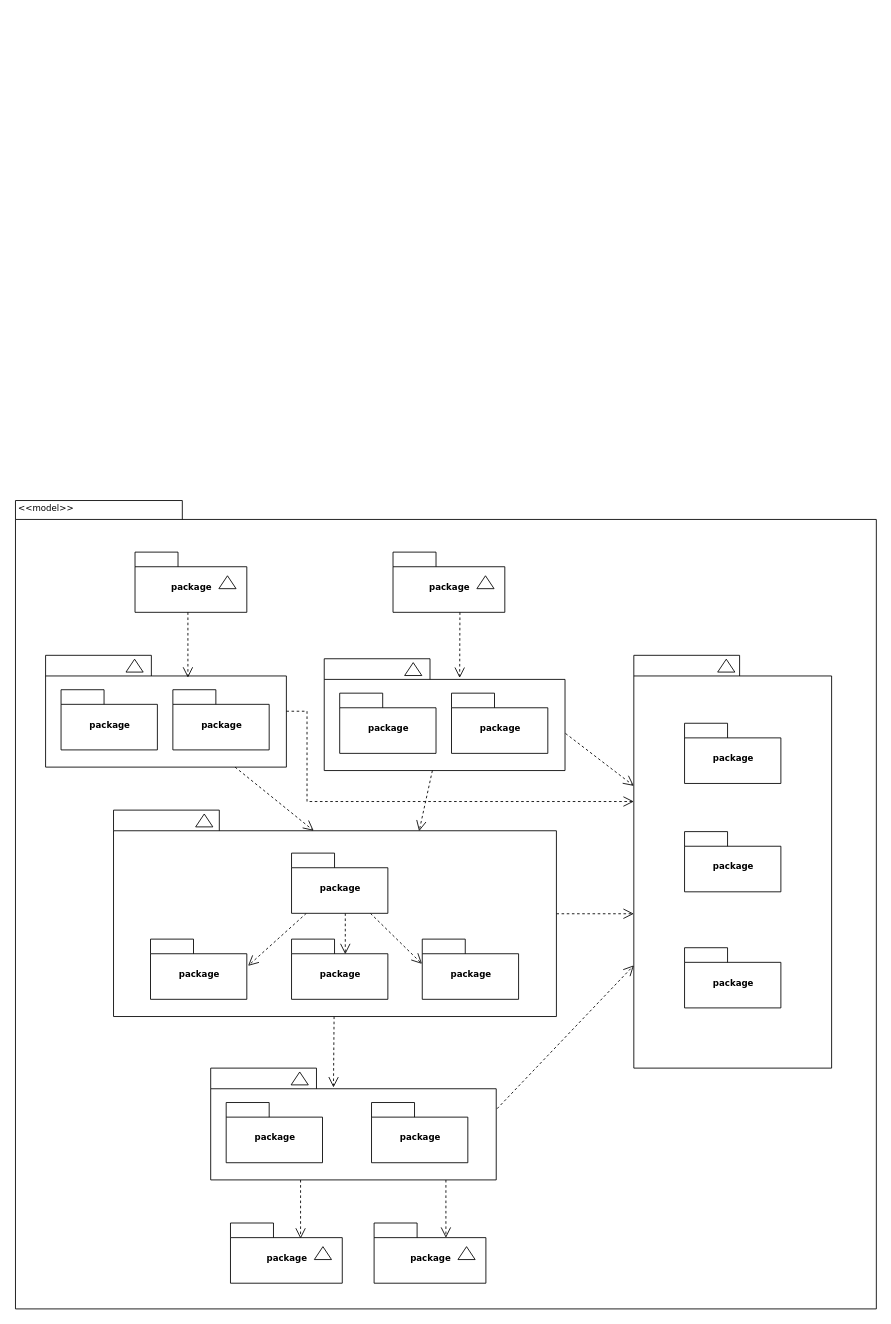
Above: Untitled Diagram.drawio in jonhaul/uml-projects (draw.io), before the change. Source tidied: cells renumbered, new cells numbered last; positions are measured from the earlier drawing's top-left corner, leaving out a move shared by most shapes. Both pictures are drawn from the tidied source at 86%, with x=0, y=0 at pixel (15, 500).
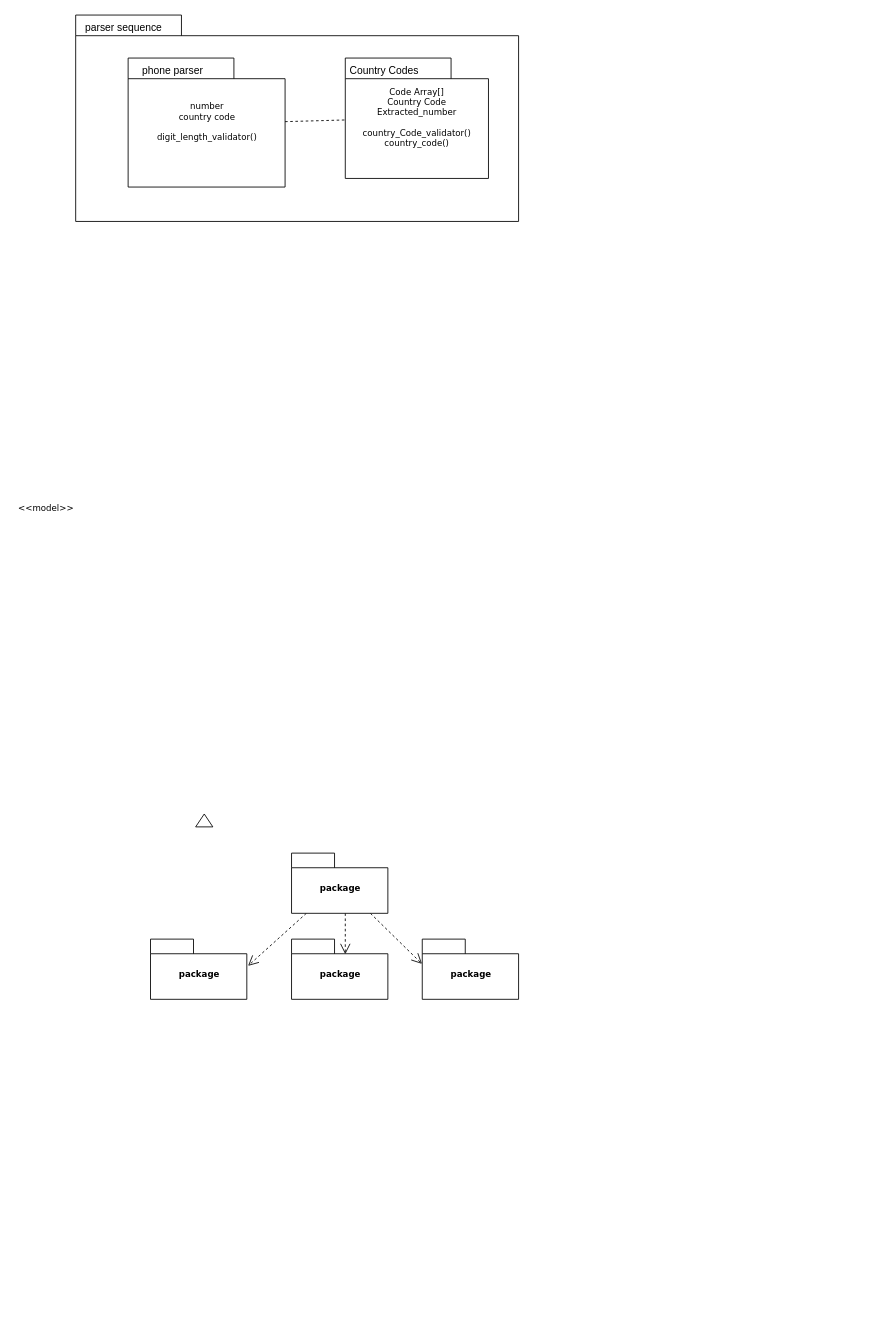
After the change.

Commit message:
parser sequence

The edit, as a diff of the source:
```diff
@@
-    <mxCell id="2" style="shape=folder;fontStyle=1;spacingTop=10;tabWidth=194;tabHeight=22;tabPosition=left;html=1;rounded=0;shadow=0;comic=0;labelBackgroundColor=none;strokeWidth=1;fillColor=none;fontFamily=Verdana;fontSize=10;align=center;" parent="1" vertex="1">
-      <mxGeometry x="0.5" y="0.5" width="1001" height="940" as="geometry" />
-    </mxCell>
-    <mxCell id="3" style="group;" parent="1" vertex="1">
-      <mxGeometry x="139.5" y="60.5" width="130" height="70" as="geometry" />
-    </mxCell>
-    <mxCell id="4" value="package" style="shape=folder;fontStyle=1;spacingTop=10;tabWidth=50;tabHeight=17;tabPosition=left;html=1;rounded=0;shadow=0;comic=0;labelBackgroundColor=none;strokeWidth=1;fontFamily=Verdana;fontSize=10;align=center;" parent="3" vertex="1">
-      <mxGeometry width="130" height="70" as="geometry" />
-    </mxCell>
-    <mxCell id="5" style="triangle;whiteSpace=wrap;html=1;rounded=0;shadow=0;comic=0;labelBackgroundColor=none;strokeWidth=1;fontFamily=Verdana;fontSize=10;align=center;rotation=-90;" parent="3" vertex="1">
-      <mxGeometry x="100" y="25" width="15" height="20" as="geometry" />
-    </mxCell>
-    <mxCell id="6" style="group;" parent="1" vertex="1">
-      <mxGeometry x="439.5" y="60.5" width="130" height="70" as="geometry" />
-    </mxCell>
-    <mxCell id="7" value="package" style="shape=folder;fontStyle=1;spacingTop=10;tabWidth=50;tabHeight=17;tabPosition=left;html=1;rounded=0;shadow=0;comic=0;labelBackgroundColor=none;strokeWidth=1;fontFamily=Verdana;fontSize=10;align=center;" parent="6" vertex="1">
-      <mxGeometry width="130" height="70" as="geometry" />
-    </mxCell>
-    <mxCell id="8" style="triangle;whiteSpace=wrap;html=1;rounded=0;shadow=0;comic=0;labelBackgroundColor=none;strokeWidth=1;fontFamily=Verdana;fontSize=10;align=center;rotation=-90;" parent="6" vertex="1">
-      <mxGeometry x="100" y="25" width="15" height="20" as="geometry" />
-    </mxCell>
-    <mxCell id="9" style="group;" parent="1" vertex="1">
-      <mxGeometry x="35.5" y="180.5" width="280" height="130" as="geometry" />
-    </mxCell>
-    <mxCell id="10" style="shape=folder;fontStyle=1;spacingTop=10;tabWidth=123;tabHeight=24;tabPosition=left;html=1;rounded=0;shadow=0;comic=0;labelBackgroundColor=none;strokeWidth=1;fontFamily=Verdana;fontSize=10;align=center;" parent="9" vertex="1">
-      <mxGeometry width="280" height="130" as="geometry" />
-    </mxCell>
-    <mxCell id="11" style="triangle;whiteSpace=wrap;html=1;rounded=0;shadow=0;comic=0;labelBackgroundColor=none;strokeWidth=1;fontFamily=Verdana;fontSize=10;align=center;rotation=-90;" parent="9" vertex="1">
-      <mxGeometry x="96" y="2" width="15" height="20" as="geometry" />
-    </mxCell>
-    <mxCell id="12" value="package" style="shape=folder;fontStyle=1;spacingTop=10;tabWidth=50;tabHeight=17;tabPosition=left;html=1;rounded=0;shadow=0;comic=0;labelBackgroundColor=none;strokeWidth=1;fontFamily=Verdana;fontSize=10;align=center;" parent="9" vertex="1">
-      <mxGeometry x="18" y="40" width="112" height="70" as="geometry" />
-    </mxCell>
-    <mxCell id="13" value="package" style="shape=folder;fontStyle=1;spacingTop=10;tabWidth=50;tabHeight=17;tabPosition=left;html=1;rounded=0;shadow=0;comic=0;labelBackgroundColor=none;strokeWidth=1;fontFamily=Verdana;fontSize=10;align=center;" parent="9" vertex="1">
-      <mxGeometry x="148" y="40" width="112" height="70" as="geometry" />
-    </mxCell>
-    <mxCell id="14" style="group;" parent="1" vertex="1">
-      <mxGeometry x="359.5" y="184.5" width="280" height="130" as="geometry" />
-    </mxCell>
-    <mxCell id="15" style="shape=folder;fontStyle=1;spacingTop=10;tabWidth=123;tabHeight=24;tabPosition=left;html=1;rounded=0;shadow=0;comic=0;labelBackgroundColor=none;strokeWidth=1;fontFamily=Verdana;fontSize=10;align=center;" parent="14" vertex="1">
-      <mxGeometry width="280" height="130" as="geometry" />
-    </mxCell>
-    <mxCell id="16" style="triangle;whiteSpace=wrap;html=1;rounded=0;shadow=0;comic=0;labelBackgroundColor=none;strokeWidth=1;fontFamily=Verdana;fontSize=10;align=center;rotation=-90;" parent="14" vertex="1">
-      <mxGeometry x="96" y="2" width="15" height="20" as="geometry" />
-    </mxCell>
-    <mxCell id="17" value="package" style="shape=folder;fontStyle=1;spacingTop=10;tabWidth=50;tabHeight=17;tabPosition=left;html=1;rounded=0;shadow=0;comic=0;labelBackgroundColor=none;strokeWidth=1;fontFamily=Verdana;fontSize=10;align=center;" parent="14" vertex="1">
-      <mxGeometry x="18" y="40" width="112" height="70" as="geometry" />
-    </mxCell>
-    <mxCell id="18" value="package" style="shape=folder;fontStyle=1;spacingTop=10;tabWidth=50;tabHeight=17;tabPosition=left;html=1;rounded=0;shadow=0;comic=0;labelBackgroundColor=none;strokeWidth=1;fontFamily=Verdana;fontSize=10;align=center;" parent="14" vertex="1">
-      <mxGeometry x="148" y="40" width="112" height="70" as="geometry" />
-    </mxCell>
-    <mxCell id="19" style="group;" parent="1" vertex="1">
-      <mxGeometry x="719.5" y="180.5" width="230" height="480" as="geometry" />
-    </mxCell>
-    <mxCell id="20" style="group;" parent="19" vertex="1">
-      <mxGeometry width="230" height="480" as="geometry" />
-    </mxCell>
-    <mxCell id="21" style="shape=folder;fontStyle=1;spacingTop=10;tabWidth=123;tabHeight=24;tabPosition=left;html=1;rounded=0;shadow=0;comic=0;labelBackgroundColor=none;strokeWidth=1;fontFamily=Verdana;fontSize=10;align=center;" parent="20" vertex="1">
-      <mxGeometry width="230" height="480" as="geometry" />
-    </mxCell>
-    <mxCell id="22" style="triangle;whiteSpace=wrap;html=1;rounded=0;shadow=0;comic=0;labelBackgroundColor=none;strokeWidth=1;fontFamily=Verdana;fontSize=10;align=center;rotation=-90;" parent="20" vertex="1">
-      <mxGeometry x="100" y="2" width="15" height="20" as="geometry" />
-    </mxCell>
-    <mxCell id="23" value="package" style="shape=folder;fontStyle=1;spacingTop=10;tabWidth=50;tabHeight=17;tabPosition=left;html=1;rounded=0;shadow=0;comic=0;labelBackgroundColor=none;strokeWidth=1;fontFamily=Verdana;fontSize=10;align=center;" parent="20" vertex="1">
-      <mxGeometry x="59" y="79" width="112" height="70" as="geometry" />
-    </mxCell>
-    <mxCell id="24" value="package" style="shape=folder;fontStyle=1;spacingTop=10;tabWidth=50;tabHeight=17;tabPosition=left;html=1;rounded=0;shadow=0;comic=0;labelBackgroundColor=none;strokeWidth=1;fontFamily=Verdana;fontSize=10;align=center;" parent="20" vertex="1">
-      <mxGeometry x="59" y="205" width="112" height="70" as="geometry" />
-    </mxCell>
-    <mxCell id="25" value="package" style="shape=folder;fontStyle=1;spacingTop=10;tabWidth=50;tabHeight=17;tabPosition=left;html=1;rounded=0;shadow=0;comic=0;labelBackgroundColor=none;strokeWidth=1;fontFamily=Verdana;fontSize=10;align=center;" parent="20" vertex="1">
-      <mxGeometry x="59" y="340" width="112" height="70" as="geometry" />
-    </mxCell>
-    <mxCell id="26" style="edgeStyle=none;rounded=0;html=1;entryX=0.43;entryY=0.173;entryPerimeter=0;dashed=1;labelBackgroundColor=none;startFill=0;endArrow=open;endFill=0;endSize=10;fontFamily=Verdana;fontSize=10;" parent="1" edge="1" source="28" target="39">
-      <mxGeometry relative="1" as="geometry" />
-    </mxCell>
-    <mxCell id="27" style="edgeStyle=elbowEdgeStyle;rounded=0;html=1;dashed=1;labelBackgroundColor=none;startFill=0;endArrow=open;endFill=0;endSize=10;fontFamily=Verdana;fontSize=10;elbow=vertical;" parent="1" edge="1" source="28" target="21">
-      <mxGeometry relative="1" as="geometry" />
-    </mxCell>
     <mxCell id="28" style="shape=folder;fontStyle=1;spacingTop=10;tabWidth=123;tabHeight=24;tabPosition=left;html=1;rounded=0;shadow=0;comic=0;labelBackgroundColor=none;strokeColor=#000000;strokeWidth=1;fillColor=#ffffff;fontFamily=Verdana;fontSize=10;fontColor=#000000;align=center;" parent="1" vertex="1">
-      <mxGeometry x="114.5" y="360.5" width="515" height="240" as="geometry" />
+      <mxGeometry x="70.5" y="-564" width="515" height="240" as="geometry" />
     </mxCell>
@@
-    <mxCell id="36" style="edgeStyle=elbowEdgeStyle;rounded=0;html=1;entryX=0.628;entryY=0.26;entryPerimeter=0;dashed=1;labelBackgroundColor=none;startFill=0;endArrow=open;endFill=0;endSize=10;fontFamily=Verdana;fontSize=10;" parent="1" edge="1" source="39" target="45">
-      <mxGeometry relative="1" as="geometry" />
-    </mxCell>
-    <mxCell id="37" style="edgeStyle=elbowEdgeStyle;rounded=0;html=1;entryX=0.643;entryY=0.246;entryPerimeter=0;dashed=1;labelBackgroundColor=none;startFill=0;endArrow=open;endFill=0;endSize=10;fontFamily=Verdana;fontSize=10;" parent="1" edge="1" source="39" target="48">
-      <mxGeometry relative="1" as="geometry" />
-    </mxCell>
-    <mxCell id="38" style="edgeStyle=none;rounded=0;html=1;dashed=1;labelBackgroundColor=none;startFill=0;endArrow=open;endFill=0;endSize=10;fontFamily=Verdana;fontSize=10;exitX=1.003;exitY=0.363;exitPerimeter=0;" parent="1" edge="1" source="39" target="21">
-      <mxGeometry relative="1" as="geometry" />
-    </mxCell>
-    <mxCell id="39" style="shape=folder;fontStyle=1;spacingTop=10;tabWidth=123;tabHeight=24;tabPosition=left;html=1;rounded=0;shadow=0;comic=0;labelBackgroundColor=none;strokeWidth=1;fontFamily=Verdana;fontSize=10;align=center;" parent="1" vertex="1">
-      <mxGeometry x="227.5" y="660.5" width="332" height="130" as="geometry" />
-    </mxCell>
-    <mxCell id="40" style="triangle;whiteSpace=wrap;html=1;rounded=0;shadow=0;comic=0;labelBackgroundColor=none;strokeWidth=1;fontFamily=Verdana;fontSize=10;align=center;rotation=-90;" parent="1" vertex="1">
-      <mxGeometry x="323.5" y="662.5" width="15" height="20" as="geometry" />
-    </mxCell>
-    <mxCell id="41" value="package" style="shape=folder;fontStyle=1;spacingTop=10;tabWidth=50;tabHeight=17;tabPosition=left;html=1;rounded=0;shadow=0;comic=0;labelBackgroundColor=none;strokeWidth=1;fontFamily=Verdana;fontSize=10;align=center;" parent="1" vertex="1">
-      <mxGeometry x="245.5" y="700.5" width="112" height="70" as="geometry" />
-    </mxCell>
-    <mxCell id="42" value="package" style="shape=folder;fontStyle=1;spacingTop=10;tabWidth=50;tabHeight=17;tabPosition=left;html=1;rounded=0;shadow=0;comic=0;labelBackgroundColor=none;strokeWidth=1;fontFamily=Verdana;fontSize=10;align=center;" parent="1" vertex="1">
-      <mxGeometry x="414.5" y="700.5" width="112" height="70" as="geometry" />
-    </mxCell>
@@
-    <mxCell id="44" style="group;" parent="1" vertex="1">
-      <mxGeometry x="250.5" y="840.6" width="130" height="70" as="geometry" />
-    </mxCell>
-    <mxCell id="45" value="package" style="shape=folder;fontStyle=1;spacingTop=10;tabWidth=50;tabHeight=17;tabPosition=left;html=1;rounded=0;shadow=0;comic=0;labelBackgroundColor=none;strokeWidth=1;fontFamily=Verdana;fontSize=10;align=center;" parent="44" vertex="1">
-      <mxGeometry width="130" height="70" as="geometry" />
-    </mxCell>
-    <mxCell id="46" style="triangle;whiteSpace=wrap;html=1;rounded=0;shadow=0;comic=0;labelBackgroundColor=none;strokeWidth=1;fontFamily=Verdana;fontSize=10;align=center;rotation=-90;" parent="44" vertex="1">
-      <mxGeometry x="100" y="25" width="15" height="20" as="geometry" />
-    </mxCell>
-    <mxCell id="47" style="group;" parent="1" vertex="1">
-      <mxGeometry x="417.5" y="840.6" width="130" height="70" as="geometry" />
-    </mxCell>
-    <mxCell id="48" value="package" style="shape=folder;fontStyle=1;spacingTop=10;tabWidth=50;tabHeight=17;tabPosition=left;html=1;rounded=0;shadow=0;comic=0;labelBackgroundColor=none;strokeWidth=1;fontFamily=Verdana;fontSize=10;align=center;" parent="47" vertex="1">
-      <mxGeometry width="130" height="70" as="geometry" />
-    </mxCell>
-    <mxCell id="49" style="triangle;whiteSpace=wrap;html=1;rounded=0;shadow=0;comic=0;labelBackgroundColor=none;strokeWidth=1;fontFamily=Verdana;fontSize=10;align=center;rotation=-90;" parent="47" vertex="1">
-      <mxGeometry x="100" y="25" width="15" height="20" as="geometry" />
-    </mxCell>
-    <mxCell id="50" style="rounded=0;html=1;dashed=1;labelBackgroundColor=none;startFill=0;endArrow=open;endFill=0;endSize=10;fontFamily=Verdana;fontSize=10;entryX=0.592;entryY=0.2;entryPerimeter=0;edgeStyle=elbowEdgeStyle;" parent="1" edge="1" source="4" target="10">
-      <mxGeometry relative="1" as="geometry" />
-    </mxCell>
-    <mxCell id="51" style="rounded=0;html=1;dashed=1;labelBackgroundColor=none;startFill=0;endArrow=open;endFill=0;endSize=10;fontFamily=Verdana;fontSize=10;entryX=0.592;entryY=0.2;entryPerimeter=0;edgeStyle=elbowEdgeStyle;" parent="1" edge="1">
-      <mxGeometry relative="1" as="geometry">
-        <mxPoint x="517.3" y="130.5" as="sourcePoint" />
-        <mxPoint x="517.3" y="206.8" as="targetPoint" />
-      </mxGeometry>
-    </mxCell>
-    <mxCell id="52" style="rounded=0;html=1;entryX=0.452;entryY=0.1;entryPerimeter=0;dashed=1;labelBackgroundColor=none;startFill=0;endArrow=open;endFill=0;endSize=10;fontFamily=Verdana;fontSize=10;" parent="1" edge="1" source="10" target="28">
-      <mxGeometry relative="1" as="geometry" />
-    </mxCell>
-    <mxCell id="53" style="edgeStyle=none;rounded=0;html=1;entryX=0.69;entryY=0.102;entryPerimeter=0;dashed=1;labelBackgroundColor=none;startFill=0;endArrow=open;endFill=0;endSize=10;fontFamily=Verdana;fontSize=10;" parent="1" edge="1" source="15" target="28">
-      <mxGeometry relative="1" as="geometry" />
-    </mxCell>
-    <mxCell id="54" style="edgeStyle=none;rounded=0;html=1;dashed=1;labelBackgroundColor=none;startFill=0;endArrow=open;endFill=0;endSize=10;fontFamily=Verdana;fontSize=10;exitX=1.002;exitY=0.668;exitPerimeter=0;" parent="1" edge="1" source="15" target="21">
-      <mxGeometry relative="1" as="geometry" />
-    </mxCell>
-    <mxCell id="55" style="edgeStyle=orthogonalEdgeStyle;rounded=0;html=1;dashed=1;labelBackgroundColor=none;startFill=0;endArrow=open;endFill=0;endSize=10;fontFamily=Verdana;fontSize=10;" parent="1" edge="1" source="10" target="21">
-      <mxGeometry relative="1" as="geometry">
-        <Array as="points">
-          <mxPoint x="339.5" y="245.5" />
-          <mxPoint x="339.5" y="350.5" />
-        </Array>
-      </mxGeometry>
-    </mxCell>
@@
+    <mxCell id="57" value="&lt;span style=&quot;font-weight: 400;&quot;&gt;number &lt;br&gt;country code&lt;br&gt;&lt;br&gt;digit_length_validator()&lt;br&gt;&lt;br&gt;&lt;/span&gt;" style="shape=folder;fontStyle=1;spacingTop=10;tabWidth=123;tabHeight=24;tabPosition=left;html=1;rounded=0;shadow=0;comic=0;labelBackgroundColor=none;strokeColor=#000000;strokeWidth=1;fillColor=#ffffff;fontFamily=Verdana;fontSize=10;fontColor=#000000;align=center;" parent="1" vertex="1">
+      <mxGeometry x="131.5" y="-514" width="182.5" height="150" as="geometry" />
+    </mxCell>
+    <mxCell id="58" value="&lt;span style=&quot;font-weight: normal;&quot;&gt;Code Array[]&lt;br&gt;Country Code&lt;br&gt;Extracted_number&lt;br&gt;&lt;br&gt;country_Code_validator()&lt;br&gt;country_code()&lt;br&gt;&amp;nbsp;&lt;br&gt;&lt;/span&gt;" style="shape=folder;fontStyle=1;spacingTop=10;tabWidth=123;tabHeight=24;tabPosition=left;html=1;rounded=0;shadow=0;comic=0;labelBackgroundColor=none;strokeColor=#000000;strokeWidth=1;fillColor=#ffffff;fontFamily=Verdana;fontSize=10;fontColor=#000000;align=center;" parent="1" vertex="1">
+      <mxGeometry x="384" y="-514" width="166.5" height="140" as="geometry" />
+    </mxCell>
+    <mxCell id="59" value="parser sequence" style="text;html=1;align=center;verticalAlign=middle;fillColor=none;strokeColor=none;rounded=0;" parent="1" vertex="1">
+      <mxGeometry x="70.5" y="-564" width="110" height="30" as="geometry" />
+    </mxCell>
+    <mxCell id="60" value="Country Codes" style="text;html=1;align=center;verticalAlign=middle;fillColor=none;strokeColor=none;rounded=0;" parent="1" vertex="1">
+      <mxGeometry x="379" y="-514" width="100" height="30" as="geometry" />
+    </mxCell>
+    <mxCell id="61" value="phone parser" style="text;html=1;align=center;verticalAlign=middle;fillColor=none;strokeColor=none;rounded=0;" parent="1" vertex="1">
+      <mxGeometry x="137.5" y="-514" width="90" height="30" as="geometry" />
+    </mxCell>
+    <mxCell id="62" style="endArrow=none;dashed=1;html=1;rounded=0;entryX=0.006;entryY=0.514;entryDx=0;entryDy=0;entryPerimeter=0;exitX=1;exitY=0.493;exitDx=0;exitDy=0;exitPerimeter=0;" parent="1" edge="1" source="57" target="58">
+      <mxGeometry relative="1" as="geometry" />
+    </mxCell>
```
